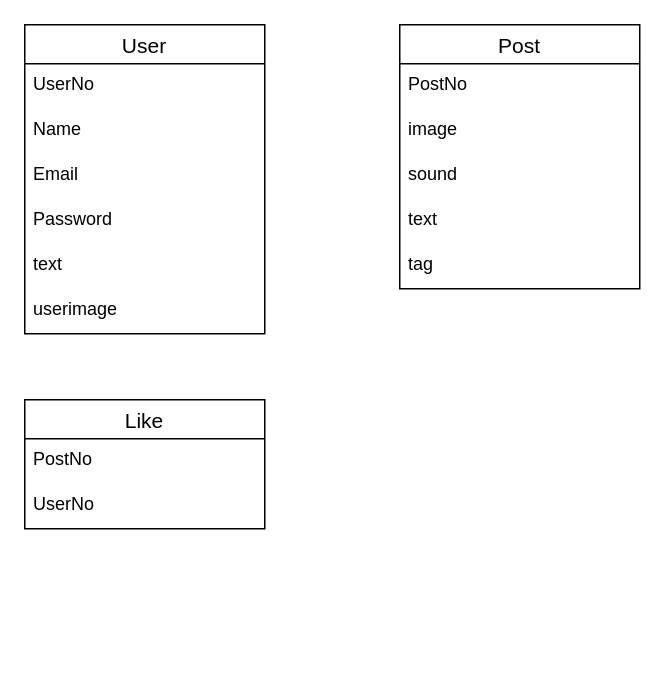
Above: page "ページ2" (2 of 2) of portfolio.drawio in ueki397/test (draw.io), before the change. Source tidied: cells renumbered, new cells numbered last; positions are measured from the earlier drawing's top-left corner, leaving out a move shared by most shapes. Both pictures are drawn from the tidied source at 150%, with x=0, y=0 at pixel (24, 24).
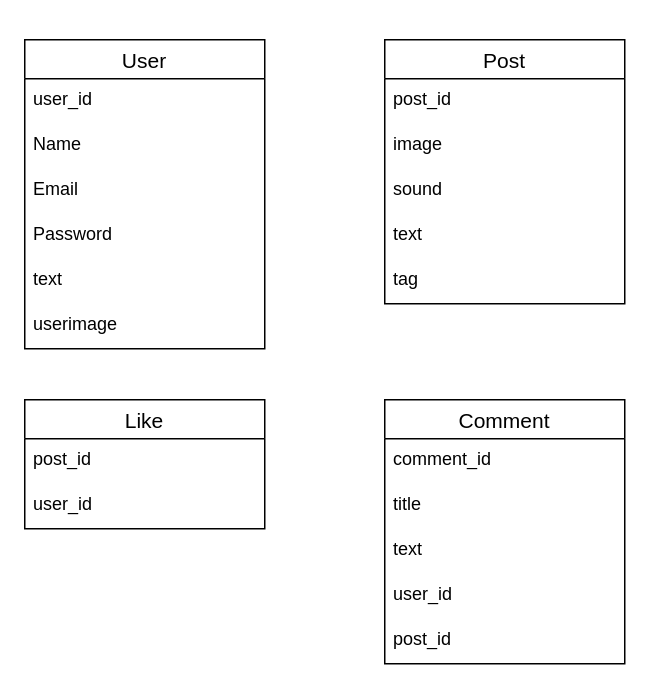
After the change.

The change refers to these unchanged cells:
```xml
<mxCell id="15" value="Like" style="swimlane;fontStyle=0;horizontal=1;startSize=26;align=center;fontSize=14;" parent="1" vertex="1">
  <mxGeometry y="250" width="160" height="86" as="geometry" />
</mxCell>
```

What changed in the source:
```diff
@@
     <mxCell id="2" value="User" style="swimlane;fontStyle=0;horizontal=1;startSize=26;align=center;fontSize=14;" parent="1" vertex="1">
-      <mxGeometry width="160" height="206" as="geometry" />
+      <mxGeometry y="10" width="160" height="206" as="geometry" />
     </mxCell>
-    <mxCell id="3" value="UserNo" style="text;strokeColor=none;fillColor=none;spacingLeft=4;spacingRight=4;overflow=hidden;fontSize=12;" parent="2" vertex="1">
+    <mxCell id="3" value="user_id" style="text;strokeColor=none;fillColor=none;spacingLeft=4;spacingRight=4;overflow=hidden;fontSize=12;" parent="2" vertex="1">
       <mxGeometry y="26" width="160" height="30" as="geometry" />
     </mxCell>
@@
     <mxCell id="9" value="Post" style="swimlane;fontStyle=0;horizontal=1;startSize=26;align=center;fontSize=14;" parent="1" vertex="1">
-      <mxGeometry x="250" width="160" height="176" as="geometry" />
+      <mxGeometry x="240" y="10" width="160" height="176" as="geometry" />
     </mxCell>
-    <mxCell id="10" value="PostNo" style="text;strokeColor=none;fillColor=none;spacingLeft=4;spacingRight=4;overflow=hidden;fontSize=12;" parent="9" vertex="1">
+    <mxCell id="10" value="post_id" style="text;strokeColor=none;fillColor=none;spacingLeft=4;spacingRight=4;overflow=hidden;fontSize=12;" parent="9" vertex="1">
       <mxGeometry y="26" width="160" height="30" as="geometry" />
     </mxCell>
@@
-    <mxCell id="16" value="PostNo" style="text;strokeColor=none;fillColor=none;spacingLeft=4;spacingRight=4;overflow=hidden;fontSize=12;" parent="15" vertex="1">
+    <mxCell id="16" value="post_id" style="text;strokeColor=none;fillColor=none;spacingLeft=4;spacingRight=4;overflow=hidden;fontSize=12;" parent="15" vertex="1">
       <mxGeometry y="26" width="160" height="30" as="geometry" />
     </mxCell>
-    <mxCell id="17" value="UserNo" style="text;strokeColor=none;fillColor=none;spacingLeft=4;spacingRight=4;overflow=hidden;fontSize=12;" parent="15" vertex="1">
+    <mxCell id="17" value="user_id" style="text;strokeColor=none;fillColor=none;spacingLeft=4;spacingRight=4;overflow=hidden;fontSize=12;" parent="15" vertex="1">
       <mxGeometry y="56" width="160" height="30" as="geometry" />
     </mxCell>
+    <mxCell id="18" value="Comment" style="swimlane;fontStyle=0;horizontal=1;startSize=26;align=center;fontSize=14;" parent="1" vertex="1">
+      <mxGeometry x="240" y="250" width="160" height="176" as="geometry" />
+    </mxCell>
+    <mxCell id="19" value="comment_id" style="text;strokeColor=none;fillColor=none;spacingLeft=4;spacingRight=4;overflow=hidden;fontSize=12;" parent="18" vertex="1">
+      <mxGeometry y="26" width="160" height="30" as="geometry" />
+    </mxCell>
+    <mxCell id="20" value="title" style="text;strokeColor=none;fillColor=none;spacingLeft=4;spacingRight=4;overflow=hidden;fontSize=12;" parent="18" vertex="1">
+      <mxGeometry y="56" width="160" height="30" as="geometry" />
+    </mxCell>
+    <mxCell id="21" value="text" style="text;strokeColor=none;fillColor=none;spacingLeft=4;spacingRight=4;overflow=hidden;fontSize=12;" parent="18" vertex="1">
+      <mxGeometry y="86" width="160" height="30" as="geometry" />
+    </mxCell>
+    <mxCell id="22" value="user_id" style="text;strokeColor=none;fillColor=none;spacingLeft=4;spacingRight=4;overflow=hidden;fontSize=12;" parent="18" vertex="1">
+      <mxGeometry y="116" width="160" height="30" as="geometry" />
+    </mxCell>
+    <mxCell id="23" value="post_id" style="text;strokeColor=none;fillColor=none;spacingLeft=4;spacingRight=4;overflow=hidden;fontSize=12;" parent="18" vertex="1">
+      <mxGeometry y="146" width="160" height="30" as="geometry" />
+    </mxCell>
```
